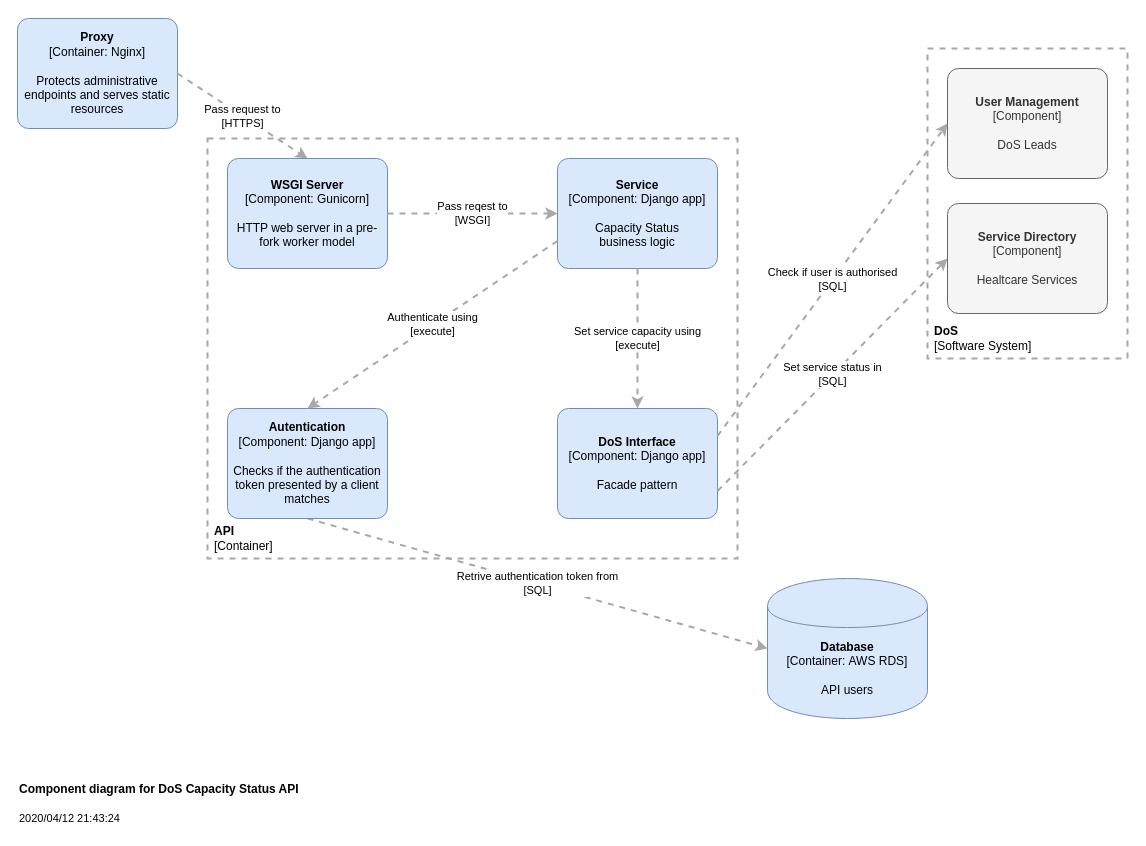
The draw.io diagram page "Component Diagram" (3 of 3) of documentation/Architecture.drawio in nhsd-exeter/dos-capacity-status-api, before the edit. Source tidied: cells renumbered, new cells numbered last; positions are measured from the earlier drawing's top-left corner, leaving out a move shared by most shapes. Both pictures are drawn from the tidied source at 100%, with x=0, y=0 at pixel (17, 18).
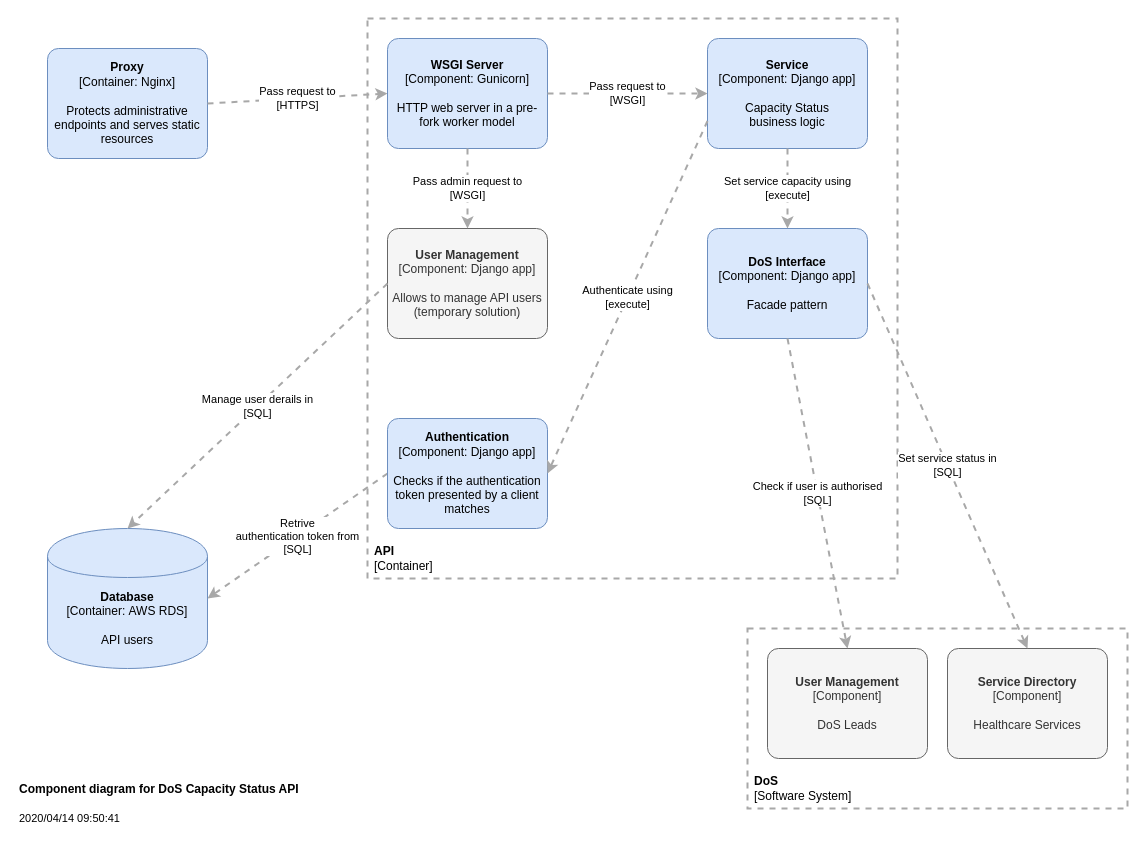
The same page after the edit.

Diff of the diagram source:
```diff
@@
     <mxCell id="2" style="rounded=0;whiteSpace=wrap;html=1;align=left;fillColor=none;dashed=1;strokeColor=#A8A8A8;strokeWidth=2;" parent="1" vertex="1">
-      <mxGeometry x="910" y="30" width="200" height="310" as="geometry" />
+      <mxGeometry x="730" y="610" width="380" height="180" as="geometry" />
     </mxCell>
-    <mxCell id="3" value="&lt;b&gt;Component diagram for DoS Capacity Status API&lt;/b&gt;&lt;br style=&quot;font-size: 11px&quot;&gt;&lt;font style=&quot;font-size: 11px&quot;&gt;&lt;br&gt;&lt;font style=&quot;font-size: 11px&quot;&gt;2020/04/12 21:43:24&lt;/font&gt;&lt;/font&gt;" style="text;html=1;strokeColor=none;fillColor=none;align=left;verticalAlign=middle;whiteSpace=wrap;rounded=0;" parent="1" vertex="1">
+    <mxCell id="3" value="&lt;b&gt;Component diagram for DoS Capacity Status API&lt;/b&gt;&lt;br style=&quot;font-size: 11px&quot;&gt;&lt;font style=&quot;font-size: 11px&quot;&gt;&lt;br&gt;&lt;font style=&quot;font-size: 11px&quot;&gt;2020/04/14 09:50:41&lt;/font&gt;&lt;/font&gt;" style="text;html=1;strokeColor=none;fillColor=none;align=left;verticalAlign=middle;whiteSpace=wrap;rounded=0;" parent="1" vertex="1">
       <mxGeometry y="760" width="430" height="50" as="geometry" />
     </mxCell>
     <mxCell id="4" style="rounded=0;whiteSpace=wrap;html=1;align=left;fillColor=none;dashed=1;strokeColor=#A8A8A8;strokeWidth=2;" parent="1" vertex="1">
-      <mxGeometry x="190" y="120" width="530" height="420" as="geometry" />
+      <mxGeometry x="350" width="530" height="560" as="geometry" />
     </mxCell>
     <mxCell id="5" value="&lt;b&gt;Service&lt;/b&gt;&lt;br&gt;&lt;div&gt;[Component:&amp;nbsp;&lt;span&gt;Django app&lt;/span&gt;&lt;span&gt;]&lt;/span&gt;&lt;/div&gt;&lt;br&gt;&lt;div&gt;Capacity Status&lt;/div&gt;&lt;div&gt;business logic&lt;/div&gt;" style="rounded=1;whiteSpace=wrap;html=1;labelBackgroundColor=none;fillColor=#dae8fc;fontColor=#000000;align=center;arcSize=10;strokeColor=#6c8ebf;points=[[0.25,0,0],[0.5,0,0],[0.75,0,0],[1,0.25,0],[1,0.5,0],[1,0.75,0],[0.75,1,0],[0.5,1,0],[0.25,1,0],[0,0.75,0],[0,0.5,0],[0,0.25,0]];" parent="1" vertex="1">
-      <mxGeometry x="540" y="140" width="160" height="110" as="geometry" />
+      <mxGeometry x="690" y="20" width="160" height="110" as="geometry" />
     </mxCell>
     <mxCell id="6" value="&lt;span&gt;&lt;b&gt;Proxy&lt;/b&gt;&lt;/span&gt;&lt;br&gt;&lt;div&gt;[Container:&amp;nbsp;&lt;span&gt;Nginx&lt;/span&gt;&lt;span&gt;]&lt;/span&gt;&lt;/div&gt;&lt;br&gt;&lt;div&gt;Protects administrative endpoints&amp;nbsp;&lt;span&gt;and serves static resources&lt;/span&gt;&lt;br&gt;&lt;/div&gt;" style="rounded=1;whiteSpace=wrap;html=1;labelBackgroundColor=none;fillColor=#dae8fc;fontColor=#000000;align=center;arcSize=10;strokeColor=#6c8ebf;points=[[0.25,0,0],[0.5,0,0],[0.75,0,0],[1,0.25,0],[1,0.5,0],[1,0.75,0],[0.75,1,0],[0.5,1,0],[0.25,1,0],[0,0.75,0],[0,0.5,0],[0,0.25,0]];" parent="1" vertex="1">
-      <mxGeometry width="160" height="110" as="geometry" />
+      <mxGeometry x="30" y="30" width="160" height="110" as="geometry" />
     </mxCell>
     <mxCell id="7" value="&lt;b style=&quot;font-size: 12px&quot;&gt;API&lt;/b&gt;&lt;br style=&quot;font-size: 12px&quot;&gt;[Container]" style="text;html=1;strokeColor=none;fillColor=none;align=left;verticalAlign=middle;whiteSpace=wrap;rounded=0;dashed=1;fontSize=12;spacingLeft=5;" parent="1" vertex="1">
-      <mxGeometry x="190" y="500" width="160" height="40" as="geometry" />
+      <mxGeometry x="350" y="520" width="160" height="40" as="geometry" />
     </mxCell>
     <mxCell id="8" value="&lt;span&gt;&lt;b&gt;Database&lt;/b&gt;&lt;/span&gt;&lt;div&gt;[Container:&amp;nbsp;AWS RDS]&lt;/div&gt;&lt;br&gt;&lt;div&gt;API users&lt;/div&gt;" style="shape=cylinder;whiteSpace=wrap;html=1;boundedLbl=1;rounded=0;labelBackgroundColor=none;fillColor=#dae8fc;fontSize=12;fontColor=#000000;align=center;strokeColor=#6c8ebf;points=[[0.5,0,0],[1,0.25,0],[1,0.5,0],[1,0.75,0],[0.5,1,0],[0,0.75,0],[0,0.5,0],[0,0.25,0]];" parent="1" vertex="1">
-      <mxGeometry x="750" y="560" width="160" height="140" as="geometry" />
+      <mxGeometry x="30" y="510" width="160" height="140" as="geometry" />
     </mxCell>
-    <mxCell id="9" value="&lt;div style=&quot;text-align: left&quot;&gt;&lt;div style=&quot;text-align: center&quot;&gt;&lt;span&gt;Pass request to&lt;/span&gt;&lt;/div&gt;&lt;div style=&quot;text-align: center&quot;&gt;[HTTPS]&lt;/div&gt;&lt;/div&gt;" style="edgeStyle=none;rounded=0;html=1;jettySize=auto;strokeColor=#A8A8A8;strokeWidth=2;fontColor=#000000;jumpStyle=none;dashed=1;exitX=1;exitY=0.5;exitDx=0;exitDy=0;exitPerimeter=0;fontStyle=0;entryX=0.5;entryY=0;entryDx=0;entryDy=0;entryPerimeter=0;" parent="1" edge="1" source="6" target="13">
+    <mxCell id="9" value="&lt;div style=&quot;text-align: left&quot;&gt;&lt;div style=&quot;text-align: center&quot;&gt;&lt;span&gt;Pass request to&lt;/span&gt;&lt;/div&gt;&lt;div style=&quot;text-align: center&quot;&gt;[HTTPS]&lt;/div&gt;&lt;/div&gt;" style="edgeStyle=none;rounded=0;html=1;jettySize=auto;strokeColor=#A8A8A8;strokeWidth=2;fontColor=#000000;jumpStyle=none;dashed=1;exitX=1;exitY=0.5;exitDx=0;exitDy=0;exitPerimeter=0;fontStyle=0;entryX=0;entryY=0.5;entryDx=0;entryDy=0;entryPerimeter=0;" parent="1" edge="1" source="6" target="13">
       <mxGeometry relative="1" as="geometry" />
     </mxCell>
-    <mxCell id="10" value="&lt;div style=&quot;text-align: left&quot;&gt;&lt;div style=&quot;text-align: center&quot;&gt;&lt;span&gt;Retrive authentication token from&lt;/span&gt;&lt;/div&gt;&lt;div style=&quot;text-align: center&quot;&gt;[SQL]&lt;/div&gt;&lt;/div&gt;" style="edgeStyle=none;rounded=0;html=1;entryX=0;entryY=0.5;jettySize=auto;strokeColor=#A8A8A8;strokeWidth=2;fontColor=#000000;jumpStyle=none;dashed=1;entryDx=0;entryDy=0;entryPerimeter=0;fontStyle=0;exitX=0.5;exitY=1;exitDx=0;exitDy=0;exitPerimeter=0;" parent="1" edge="1" source="11" target="8">
+    <mxCell id="10" value="&lt;div style=&quot;text-align: left&quot;&gt;&lt;div style=&quot;text-align: center&quot;&gt;&lt;span&gt;Retrive&lt;/span&gt;&lt;/div&gt;&lt;div style=&quot;text-align: center&quot;&gt;&lt;span&gt;authentication token&amp;nbsp;&lt;/span&gt;from&lt;/div&gt;&lt;div style=&quot;text-align: center&quot;&gt;[SQL]&lt;/div&gt;&lt;/div&gt;" style="edgeStyle=none;rounded=0;html=1;entryX=1;entryY=0.5;jettySize=auto;strokeColor=#A8A8A8;strokeWidth=2;fontColor=#000000;jumpStyle=none;dashed=1;entryDx=0;entryDy=0;entryPerimeter=0;fontStyle=0;exitX=0;exitY=0.5;exitDx=0;exitDy=0;exitPerimeter=0;" parent="1" edge="1" source="11" target="8">
       <mxGeometry relative="1" as="geometry" />
     </mxCell>
-    <mxCell id="11" value="&lt;b&gt;Autentication&lt;/b&gt;&lt;br&gt;&lt;div&gt;[Component:&amp;nbsp;&lt;span&gt;Django app&lt;/span&gt;&lt;span&gt;]&lt;/span&gt;&lt;/div&gt;&lt;br&gt;&lt;div&gt;Checks if the authentication token presented by a client matches&lt;/div&gt;" style="rounded=1;whiteSpace=wrap;html=1;labelBackgroundColor=none;fillColor=#dae8fc;fontColor=#000000;align=center;arcSize=10;strokeColor=#6c8ebf;points=[[0.25,0,0],[0.5,0,0],[0.75,0,0],[1,0.25,0],[1,0.5,0],[1,0.75,0],[0.75,1,0],[0.5,1,0],[0.25,1,0],[0,0.75,0],[0,0.5,0],[0,0.25,0]];" parent="1" vertex="1">
-      <mxGeometry x="210" y="390" width="160" height="110" as="geometry" />
+    <mxCell id="11" value="&lt;b&gt;Authentication&lt;/b&gt;&lt;br&gt;&lt;div&gt;[Component:&amp;nbsp;&lt;span&gt;Django app&lt;/span&gt;&lt;span&gt;]&lt;/span&gt;&lt;/div&gt;&lt;br&gt;&lt;div&gt;Checks if the authentication token presented by a client matches&lt;/div&gt;" style="rounded=1;whiteSpace=wrap;html=1;labelBackgroundColor=none;fillColor=#dae8fc;fontColor=#000000;align=center;arcSize=10;strokeColor=#6c8ebf;points=[[0.25,0,0],[0.5,0,0],[0.75,0,0],[1,0.25,0],[1,0.5,0],[1,0.75,0],[0.75,1,0],[0.5,1,0],[0.25,1,0],[0,0.75,0],[0,0.5,0],[0,0.25,0]];" parent="1" vertex="1">
+      <mxGeometry x="370" y="400" width="160" height="110" as="geometry" />
     </mxCell>
     <mxCell id="12" value="&lt;b&gt;DoS Interface&lt;/b&gt;&lt;br&gt;&lt;div&gt;[Component:&amp;nbsp;&lt;span&gt;Django app&lt;/span&gt;&lt;span&gt;]&lt;/span&gt;&lt;/div&gt;&lt;br&gt;&lt;div&gt;Facade pattern&lt;/div&gt;" style="rounded=1;whiteSpace=wrap;html=1;labelBackgroundColor=none;fillColor=#dae8fc;fontColor=#000000;align=center;arcSize=10;strokeColor=#6c8ebf;points=[[0.25,0,0],[0.5,0,0],[0.75,0,0],[1,0.25,0],[1,0.5,0],[1,0.75,0],[0.75,1,0],[0.5,1,0],[0.25,1,0],[0,0.75,0],[0,0.5,0],[0,0.25,0]];" parent="1" vertex="1">
-      <mxGeometry x="540" y="390" width="160" height="110" as="geometry" />
+      <mxGeometry x="690" y="210" width="160" height="110" as="geometry" />
     </mxCell>
     <mxCell id="13" value="&lt;b&gt;WSGI Server&lt;/b&gt;&lt;br&gt;&lt;div&gt;[Component:&amp;nbsp;&lt;span&gt;Gunicorn&lt;/span&gt;&lt;span&gt;]&lt;/span&gt;&lt;/div&gt;&lt;br&gt;&lt;div&gt;HTTP web server in a pre-fork worker model&lt;/div&gt;" style="rounded=1;whiteSpace=wrap;html=1;labelBackgroundColor=none;fillColor=#dae8fc;fontColor=#000000;align=center;arcSize=10;strokeColor=#6c8ebf;points=[[0.25,0,0],[0.5,0,0],[0.75,0,0],[1,0.25,0],[1,0.5,0],[1,0.75,0],[0.75,1,0],[0.5,1,0],[0.25,1,0],[0,0.75,0],[0,0.5,0],[0,0.25,0]];" parent="1" vertex="1">
-      <mxGeometry x="210" y="140" width="160" height="110" as="geometry" />
+      <mxGeometry x="370" y="20" width="160" height="110" as="geometry" />
     </mxCell>
     <mxCell id="14" value="&lt;b&gt;User Management&lt;/b&gt;&lt;br&gt;&lt;div&gt;[Component]&lt;/div&gt;&lt;div&gt;&lt;br&gt;&lt;/div&gt;&lt;div&gt;DoS Leads&lt;/div&gt;" style="rounded=1;whiteSpace=wrap;html=1;labelBackgroundColor=none;fillColor=#f5f5f5;fontColor=#333333;align=center;arcSize=10;strokeColor=#666666;points=[[0.25,0,0],[0.5,0,0],[0.75,0,0],[1,0.25,0],[1,0.5,0],[1,0.75,0],[0.75,1,0],[0.5,1,0],[0.25,1,0],[0,0.75,0],[0,0.5,0],[0,0.25,0]];" parent="1" vertex="1">
-      <mxGeometry x="930" y="50" width="160" height="110" as="geometry" />
+      <mxGeometry x="750" y="630" width="160" height="110" as="geometry" />
     </mxCell>
-    <mxCell id="15" value="&lt;div style=&quot;text-align: left&quot;&gt;&lt;div style=&quot;text-align: center&quot;&gt;&lt;span&gt;Check if&amp;nbsp;&lt;/span&gt;user is&amp;nbsp;authorised&lt;/div&gt;&lt;div style=&quot;text-align: center&quot;&gt;[SQL]&lt;/div&gt;&lt;/div&gt;" style="edgeStyle=none;rounded=0;html=1;entryX=0;entryY=0.5;jettySize=auto;strokeColor=#A8A8A8;strokeWidth=2;fontColor=#000000;jumpStyle=none;dashed=1;entryDx=0;entryDy=0;entryPerimeter=0;fontStyle=0;exitX=1;exitY=0.25;exitDx=0;exitDy=0;exitPerimeter=0;" parent="1" edge="1" source="12" target="14">
+    <mxCell id="15" value="&lt;div style=&quot;text-align: left&quot;&gt;&lt;div style=&quot;text-align: center&quot;&gt;&lt;span&gt;Check if&amp;nbsp;&lt;/span&gt;user is&amp;nbsp;authorised&lt;/div&gt;&lt;div style=&quot;text-align: center&quot;&gt;[SQL]&lt;/div&gt;&lt;/div&gt;" style="edgeStyle=none;rounded=0;html=1;entryX=0.5;entryY=0;jettySize=auto;strokeColor=#A8A8A8;strokeWidth=2;fontColor=#000000;jumpStyle=none;dashed=1;entryDx=0;entryDy=0;entryPerimeter=0;fontStyle=0;exitX=0.5;exitY=1;exitDx=0;exitDy=0;exitPerimeter=0;" parent="1" edge="1" source="12" target="14">
       <mxGeometry relative="1" as="geometry" />
     </mxCell>
-    <mxCell id="16" value="&lt;b&gt;Service Directory&lt;/b&gt;&lt;br&gt;&lt;div&gt;[Component]&lt;/div&gt;&lt;div&gt;&lt;br&gt;&lt;/div&gt;&lt;div&gt;Healtcare Services&lt;/div&gt;" style="rounded=1;whiteSpace=wrap;html=1;labelBackgroundColor=none;fillColor=#f5f5f5;fontColor=#333333;align=center;arcSize=10;strokeColor=#666666;points=[[0.25,0,0],[0.5,0,0],[0.75,0,0],[1,0.25,0],[1,0.5,0],[1,0.75,0],[0.75,1,0],[0.5,1,0],[0.25,1,0],[0,0.75,0],[0,0.5,0],[0,0.25,0]];" parent="1" vertex="1">
-      <mxGeometry x="930" y="185" width="160" height="110" as="geometry" />
+    <mxCell id="16" value="&lt;b&gt;Service Directory&lt;/b&gt;&lt;br&gt;&lt;div&gt;[Component]&lt;/div&gt;&lt;div&gt;&lt;br&gt;&lt;/div&gt;&lt;div&gt;Healthcare Services&lt;/div&gt;" style="rounded=1;whiteSpace=wrap;html=1;labelBackgroundColor=none;fillColor=#f5f5f5;fontColor=#333333;align=center;arcSize=10;strokeColor=#666666;points=[[0.25,0,0],[0.5,0,0],[0.75,0,0],[1,0.25,0],[1,0.5,0],[1,0.75,0],[0.75,1,0],[0.5,1,0],[0.25,1,0],[0,0.75,0],[0,0.5,0],[0,0.25,0]];" parent="1" vertex="1">
+      <mxGeometry x="930" y="630" width="160" height="110" as="geometry" />
     </mxCell>
-    <mxCell id="17" value="&lt;div style=&quot;text-align: left&quot;&gt;&lt;div style=&quot;text-align: center&quot;&gt;Pass reqest to&lt;/div&gt;&lt;div style=&quot;text-align: center&quot;&gt;[WSGI]&lt;br&gt;&lt;/div&gt;&lt;/div&gt;" style="edgeStyle=none;rounded=0;html=1;jettySize=auto;strokeColor=#A8A8A8;strokeWidth=2;fontColor=#000000;jumpStyle=none;dashed=1;fontStyle=0;exitX=1;exitY=0.5;exitDx=0;exitDy=0;exitPerimeter=0;" parent="1" edge="1" source="13" target="5">
+    <mxCell id="17" value="&lt;div style=&quot;text-align: left&quot;&gt;&lt;div style=&quot;text-align: center&quot;&gt;Pass request to&lt;/div&gt;&lt;div style=&quot;text-align: center&quot;&gt;[WSGI]&lt;br&gt;&lt;/div&gt;&lt;/div&gt;" style="edgeStyle=none;rounded=0;html=1;jettySize=auto;strokeColor=#A8A8A8;strokeWidth=2;fontColor=#000000;jumpStyle=none;dashed=1;fontStyle=0;exitX=1;exitY=0.5;exitDx=0;exitDy=0;exitPerimeter=0;" parent="1" edge="1" source="13" target="5">
       <mxGeometry relative="1" as="geometry" />
     </mxCell>
-    <mxCell id="18" value="&lt;div style=&quot;text-align: left&quot;&gt;&lt;div style=&quot;text-align: center&quot;&gt;Authenticate using&lt;/div&gt;&lt;div style=&quot;text-align: center&quot;&gt;[execute]&lt;br&gt;&lt;/div&gt;&lt;/div&gt;" style="edgeStyle=none;rounded=0;html=1;jettySize=auto;strokeColor=#A8A8A8;strokeWidth=2;fontColor=#000000;jumpStyle=none;dashed=1;fontStyle=0;exitX=0;exitY=0.75;exitDx=0;exitDy=0;exitPerimeter=0;entryX=0.5;entryY=0;entryDx=0;entryDy=0;entryPerimeter=0;" parent="1" edge="1" source="5" target="11">
+    <mxCell id="18" value="&lt;div style=&quot;text-align: left&quot;&gt;&lt;div style=&quot;text-align: center&quot;&gt;Authenticate using&lt;/div&gt;&lt;div style=&quot;text-align: center&quot;&gt;[execute]&lt;br&gt;&lt;/div&gt;&lt;/div&gt;" style="edgeStyle=none;rounded=0;html=1;jettySize=auto;strokeColor=#A8A8A8;strokeWidth=2;fontColor=#000000;jumpStyle=none;dashed=1;fontStyle=0;exitX=0;exitY=0.75;exitDx=0;exitDy=0;exitPerimeter=0;entryX=1;entryY=0.5;entryDx=0;entryDy=0;entryPerimeter=0;" parent="1" edge="1" source="5" target="11">
       <mxGeometry relative="1" as="geometry" />
     </mxCell>
@@
-    <mxCell id="20" value="&lt;div style=&quot;text-align: left&quot;&gt;&lt;div style=&quot;text-align: center&quot;&gt;&lt;div&gt;Set service status in&lt;/div&gt;&lt;div&gt;[SQL]&lt;/div&gt;&lt;/div&gt;&lt;/div&gt;" style="edgeStyle=none;rounded=0;html=1;entryX=0;entryY=0.5;jettySize=auto;strokeColor=#A8A8A8;strokeWidth=2;fontColor=#000000;jumpStyle=none;dashed=1;entryDx=0;entryDy=0;entryPerimeter=0;fontStyle=0;exitX=1;exitY=0.75;exitDx=0;exitDy=0;exitPerimeter=0;" parent="1" edge="1" source="12" target="16">
+    <mxCell id="20" value="&lt;div style=&quot;text-align: left&quot;&gt;&lt;div style=&quot;text-align: center&quot;&gt;&lt;div&gt;Set service status in&lt;/div&gt;&lt;div&gt;[SQL]&lt;/div&gt;&lt;/div&gt;&lt;/div&gt;" style="edgeStyle=none;rounded=0;html=1;entryX=0.5;entryY=0;jettySize=auto;strokeColor=#A8A8A8;strokeWidth=2;fontColor=#000000;jumpStyle=none;dashed=1;entryDx=0;entryDy=0;entryPerimeter=0;fontStyle=0;exitX=1;exitY=0.5;exitDx=0;exitDy=0;exitPerimeter=0;" parent="1" edge="1" source="12" target="16">
       <mxGeometry relative="1" as="geometry" />
     </mxCell>
     <mxCell id="21" value="&lt;b style=&quot;font-size: 12px&quot;&gt;DoS&lt;/b&gt;&lt;br style=&quot;font-size: 12px&quot;&gt;[Software System]" style="text;html=1;strokeColor=none;fillColor=none;align=left;verticalAlign=middle;whiteSpace=wrap;rounded=0;dashed=1;fontSize=12;spacingLeft=5;" parent="1" vertex="1">
-      <mxGeometry x="910" y="300" width="160" height="40" as="geometry" />
+      <mxGeometry x="730" y="750" width="160" height="40" as="geometry" />
     </mxCell>
+    <mxCell id="22" value="&lt;b&gt;User Management&lt;/b&gt;&lt;br&gt;&lt;div&gt;[Component:&amp;nbsp;&lt;span&gt;Django app&lt;/span&gt;&lt;span&gt;]&lt;/span&gt;&lt;/div&gt;&lt;br&gt;&lt;div&gt;Allows to manage API users&lt;/div&gt;&lt;div&gt;(temporary solution)&lt;/div&gt;" style="rounded=1;whiteSpace=wrap;html=1;labelBackgroundColor=none;fillColor=#f5f5f5;fontColor=#333333;align=center;arcSize=10;strokeColor=#666666;points=[[0.25,0,0],[0.5,0,0],[0.75,0,0],[1,0.25,0],[1,0.5,0],[1,0.75,0],[0.75,1,0],[0.5,1,0],[0.25,1,0],[0,0.75,0],[0,0.5,0],[0,0.25,0]];" parent="1" vertex="1">
+      <mxGeometry x="370" y="210" width="160" height="110" as="geometry" />
+    </mxCell>
+    <mxCell id="23" value="&lt;div style=&quot;text-align: left&quot;&gt;&lt;div style=&quot;text-align: center&quot;&gt;Pass admin request to&lt;/div&gt;&lt;div style=&quot;text-align: center&quot;&gt;[WSGI]&lt;/div&gt;&lt;/div&gt;" style="edgeStyle=none;rounded=0;html=1;jettySize=auto;strokeColor=#A8A8A8;strokeWidth=2;fontColor=#000000;jumpStyle=none;dashed=1;fontStyle=0;exitX=0.5;exitY=1;exitDx=0;exitDy=0;exitPerimeter=0;" parent="1" edge="1" source="13" target="22">
+      <mxGeometry relative="1" as="geometry" />
+    </mxCell>
+    <mxCell id="24" style="edgeStyle=orthogonalEdgeStyle;rounded=0;orthogonalLoop=1;jettySize=auto;html=1;exitX=0.5;exitY=1;exitDx=0;exitDy=0;" parent="1" edge="1" source="4" target="4">
+      <mxGeometry relative="1" as="geometry" />
+    </mxCell>
+    <mxCell id="25" value="&lt;div style=&quot;text-align: left&quot;&gt;&lt;div style=&quot;text-align: center&quot;&gt;Manage user derails in&lt;/div&gt;&lt;div style=&quot;text-align: center&quot;&gt;[SQL]&lt;/div&gt;&lt;/div&gt;" style="edgeStyle=none;rounded=0;html=1;entryX=0.5;entryY=0;jettySize=auto;strokeColor=#A8A8A8;strokeWidth=2;fontColor=#000000;jumpStyle=none;dashed=1;entryDx=0;entryDy=0;entryPerimeter=0;fontStyle=0;exitX=0;exitY=0.5;exitDx=0;exitDy=0;exitPerimeter=0;" parent="1" edge="1" source="22" target="8">
+      <mxGeometry relative="1" as="geometry" />
+    </mxCell>
```
